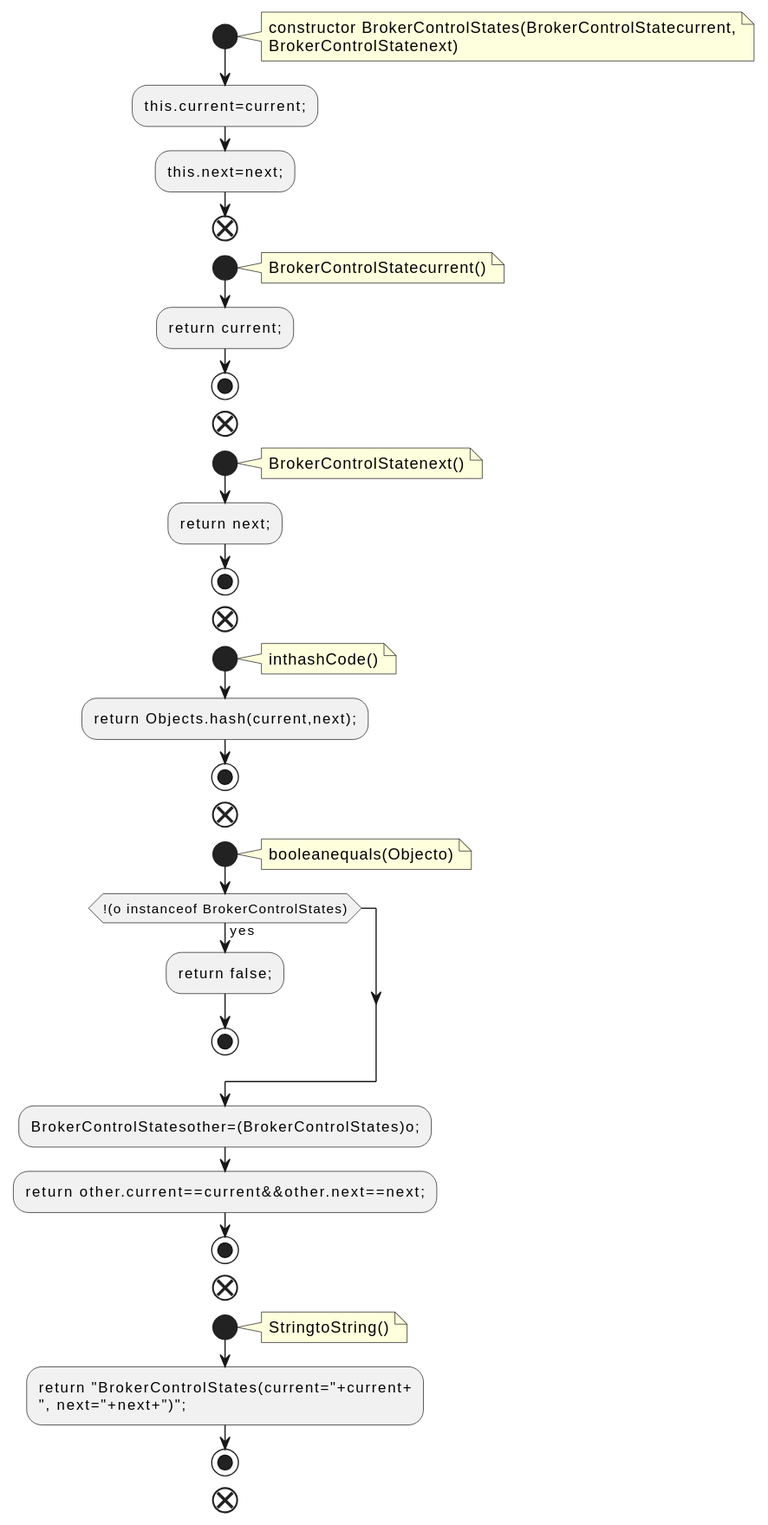
This is docs/qc/metadata/src/main/java/org/apache/kafka/controller/BrokerControlStates.java.fct.svg from qualitesys/kafka, a PlantUML export, as it was before one commit.
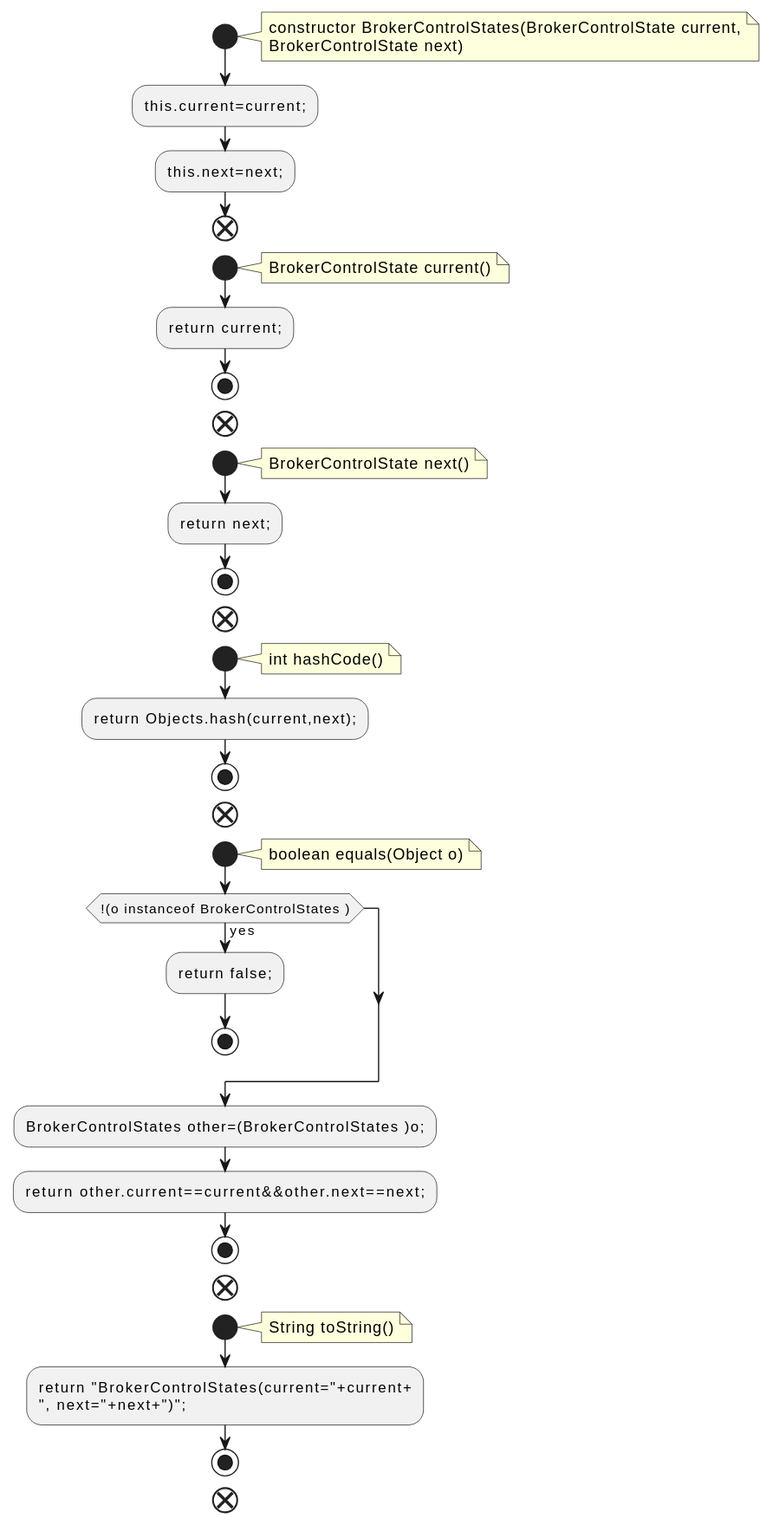
After the change.

The edit, as a diff of the source:
```diff
@@ -2,48 +2,48 @@
 !pragma layout smetana
 start
 note right
-constructor BrokerControlStates(BrokerControlStatecurrent,
-BrokerControlStatenext)
+constructor BrokerControlStates(BrokerControlState current,
+BrokerControlState next)
 end note
 :this.current=current;;
 :this.next=next;;
 end
 start
 note right
-BrokerControlStatecurrent()
+BrokerControlState current()
 end note
 :return current;;
 stop
 end
 start
 note right
-BrokerControlStatenext()
+BrokerControlState next()
 end note
 :return next;;
 stop
 end
 start
 note right
-inthashCode()
+int hashCode()
 end note
 :return Objects.hash(current,next);;
 stop
 end
 start
 note right
-booleanequals(Objecto)
+boolean equals(Object o)
 end note
-if (!(o instanceof BrokerControlStates)) then (yes)
+if (!(o instanceof BrokerControlStates )) then (yes)
 :return false;;
 stop
 endif
-:BrokerControlStatesother=(BrokerControlStates)o;;
+:BrokerControlStates other=(BrokerControlStates )o;;
 :return other.current==current&&other.next==next;;
 stop
 end
 start
 note right
-StringtoString()
+String toString()
 end note
 :return "BrokerControlStates(current="+current+
 ", next="+next+")";;
```
